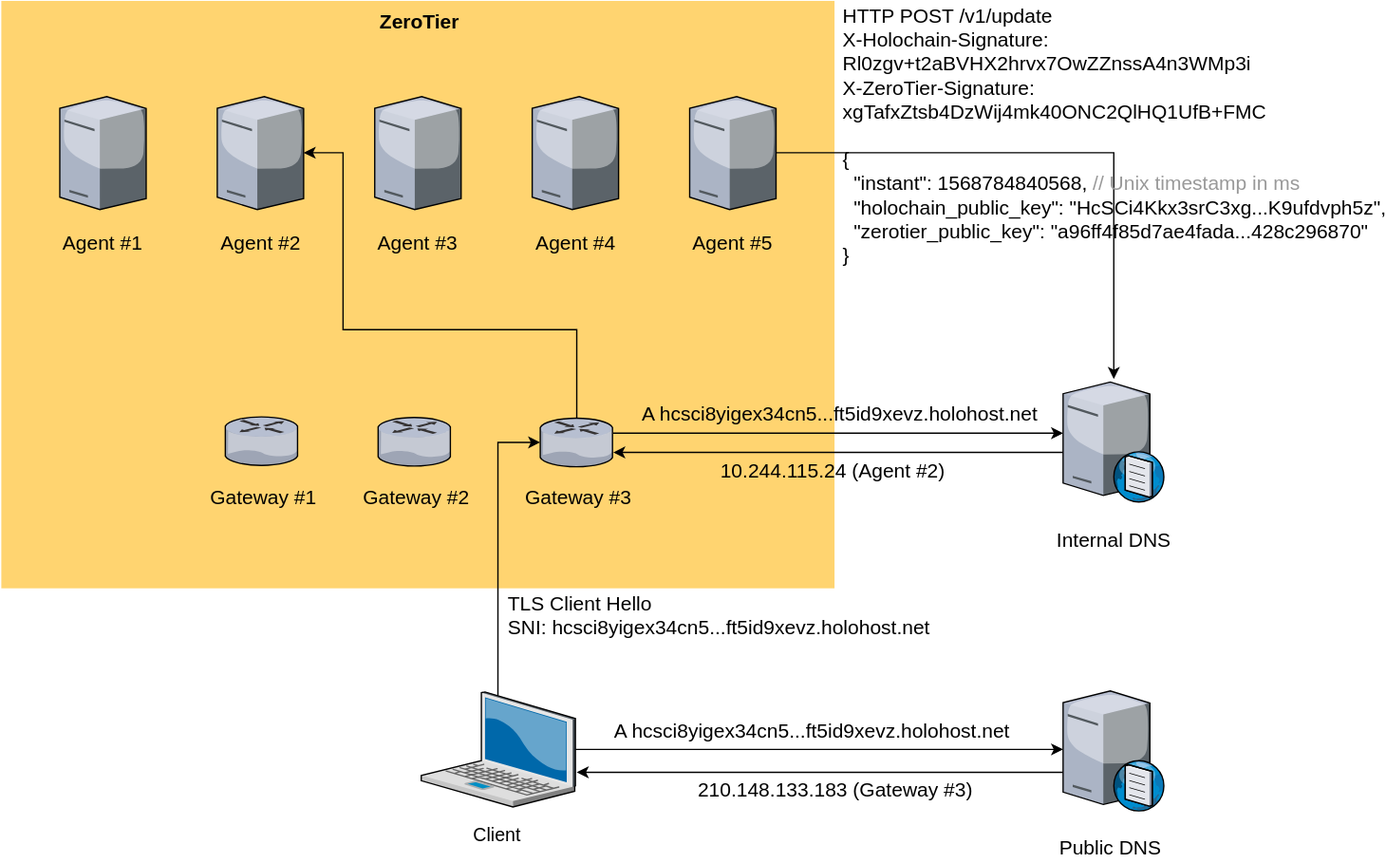
transumption-crypto/holo-router keeps this draw.io diagram as diagram.svg. Above is the earlier version. Source tidied: cells renumbered, new cells last; positions are measured from the earlier drawing's top-left corner, leaving out a move shared by most shapes. Source of this version:
```xml
<mxGraphModel>
  <root>
    <mxCell id="0" style="html=1;" />
    <mxCell id="1" style="html=1;" parent="0" />
    <mxCell id="2" value="&lt;font style=&quot;font-size: 15px&quot;&gt;&lt;b&gt;ZeroTier&lt;/b&gt;&lt;/font&gt;" style="whiteSpace=wrap;html=1;fillColor=#FFD470;gradientColor=none;fontSize=14;strokeColor=none;verticalAlign=top;" parent="1" vertex="1">
      <mxGeometry x="0.5" width="627" height="442" as="geometry" />
    </mxCell>
    <mxCell id="3" style="edgeStyle=orthogonalEdgeStyle;rounded=0;jettySize=auto;html=1;fontSize=15;" parent="1" edge="1" source="5" target="36">
      <mxGeometry relative="1" as="geometry" />
    </mxCell>
    <mxCell id="4" style="edgeStyle=orthogonalEdgeStyle;rounded=0;jettySize=auto;html=1;fontFamily=Lucida Console;fontSize=15;exitX=0.498;exitY=0.037;exitDx=0;exitDy=0;exitPerimeter=0;" parent="1" edge="1" source="5" target="23">
      <mxGeometry relative="1" as="geometry">
        <Array as="points">
          <mxPoint x="374" y="520" />
          <mxPoint x="374" y="332" />
        </Array>
      </mxGeometry>
    </mxCell>
    <mxCell id="5" style="verticalLabelPosition=bottom;html=1;verticalAlign=top;strokeColor=none;shape=mxgraph.citrix.laptop_2;fillColor=#66B2FF;gradientColor=#0066CC;fontSize=14;" parent="1" vertex="1">
      <mxGeometry x="316.5" y="520" width="116" height="86.5" as="geometry" />
    </mxCell>
    <mxCell id="6" style="verticalLabelPosition=bottom;html=1;verticalAlign=top;strokeColor=none;align=center;shape=mxgraph.citrix.tower_server;" parent="1" vertex="1">
      <mxGeometry x="44.5" y="72" width="65" height="85" as="geometry" />
    </mxCell>
    <mxCell id="7" style="verticalLabelPosition=bottom;html=1;verticalAlign=top;strokeColor=none;align=center;outlineConnect=0;shape=mxgraph.citrix.tower_server;" parent="1" vertex="1">
      <mxGeometry x="163" y="72" width="65" height="85" as="geometry" />
    </mxCell>
    <mxCell id="8" style="verticalLabelPosition=bottom;html=1;verticalAlign=top;strokeColor=none;align=center;shape=mxgraph.citrix.tower_server;" parent="1" vertex="1">
      <mxGeometry x="281.5" y="72" width="65" height="85" as="geometry" />
    </mxCell>
    <mxCell id="9" style="verticalLabelPosition=bottom;html=1;verticalAlign=top;strokeColor=none;align=center;shape=mxgraph.citrix.tower_server;" parent="1" vertex="1">
      <mxGeometry x="400" y="72" width="65" height="85" as="geometry" />
    </mxCell>
    <mxCell id="10" style="edgeStyle=orthogonalEdgeStyle;rounded=0;jettySize=auto;html=1;fontFamily=Lucida Console;fontSize=15;" parent="1" edge="1" source="11" target="34">
      <mxGeometry relative="1" as="geometry" />
    </mxCell>
    <mxCell id="11" style="verticalLabelPosition=bottom;html=1;verticalAlign=top;strokeColor=none;align=center;outlineConnect=0;shape=mxgraph.citrix.tower_server;" parent="1" vertex="1">
      <mxGeometry x="518.5" y="72" width="65" height="85" as="geometry" />
    </mxCell>
    <mxCell id="12" value="Agent #1" style="text;html=1;align=center;verticalAlign=middle;fillColor=none;strokeColor=none;rounded=0;fontSize=15;" parent="1" vertex="1">
      <mxGeometry x="37" y="172" width="80" height="20" as="geometry" />
    </mxCell>
    <mxCell id="13" value="Agent #2" style="text;html=1;align=center;verticalAlign=middle;fillColor=none;strokeColor=none;rounded=0;fontSize=15;" parent="1" vertex="1">
      <mxGeometry x="155.5" y="172" width="80" height="20" as="geometry" />
    </mxCell>
    <mxCell id="14" value="Agent #3" style="text;html=1;align=center;verticalAlign=middle;fillColor=none;strokeColor=none;rounded=0;fontSize=15;" parent="1" vertex="1">
      <mxGeometry x="274" y="172" width="80" height="20" as="geometry" />
    </mxCell>
    <mxCell id="15" value="Agent #4" style="text;html=1;align=center;verticalAlign=middle;fillColor=none;strokeColor=none;rounded=0;fontSize=15;" parent="1" vertex="1">
      <mxGeometry x="392.5" y="172" width="80" height="20" as="geometry" />
    </mxCell>
    <mxCell id="16" value="Agent #5" style="text;html=1;align=center;verticalAlign=middle;fillColor=none;strokeColor=none;rounded=0;fontSize=15;" parent="1" vertex="1">
      <mxGeometry x="511" y="172" width="80" height="20" as="geometry" />
    </mxCell>
    <mxCell id="17" style="verticalLabelPosition=bottom;html=1;verticalAlign=top;strokeColor=none;align=center;shape=mxgraph.citrix.router;fontSize=15;" parent="1" vertex="1">
      <mxGeometry x="169" y="313" width="55" height="36.5" as="geometry" />
    </mxCell>
    <mxCell id="18" value="Gateway #1" style="text;html=1;align=center;verticalAlign=middle;fillColor=none;strokeColor=none;rounded=0;fontSize=15;" parent="1" vertex="1">
      <mxGeometry x="151.5" y="363" width="90" height="20" as="geometry" />
    </mxCell>
    <mxCell id="19" style="verticalLabelPosition=bottom;html=1;verticalAlign=top;strokeColor=none;align=center;shape=mxgraph.citrix.router;fontSize=15;" parent="1" vertex="1">
      <mxGeometry x="284" y="313.5" width="55" height="36.5" as="geometry" />
    </mxCell>
    <mxCell id="20" value="Gateway #2" style="text;html=1;align=center;verticalAlign=middle;fillColor=none;strokeColor=none;rounded=0;fontSize=15;" parent="1" vertex="1">
      <mxGeometry x="266.5" y="363" width="90" height="20" as="geometry" />
    </mxCell>
    <mxCell id="21" style="edgeStyle=orthogonalEdgeStyle;rounded=0;jettySize=auto;html=1;fontFamily=Lucida Console;fontSize=15;" parent="1" edge="1" source="23" target="34">
      <mxGeometry relative="1" as="geometry">
        <Array as="points">
          <mxPoint x="633" y="325" />
          <mxPoint x="633" y="325" />
        </Array>
      </mxGeometry>
    </mxCell>
    <mxCell id="22" style="edgeStyle=orthogonalEdgeStyle;rounded=0;jettySize=auto;html=1;fontFamily=Lucida Console;fontSize=15;" parent="1" edge="1" source="23" target="7">
      <mxGeometry relative="1" as="geometry">
        <Array as="points">
          <mxPoint x="433.5" y="247" />
          <mxPoint x="257.5" y="247" />
          <mxPoint x="257.5" y="114" />
        </Array>
      </mxGeometry>
    </mxCell>
    <mxCell id="23" style="verticalLabelPosition=bottom;html=1;verticalAlign=top;strokeColor=none;align=center;outlineConnect=0;shape=mxgraph.citrix.router;fontSize=15;" parent="1" vertex="1">
      <mxGeometry x="406" y="314" width="55" height="36.5" as="geometry" />
    </mxCell>
    <mxCell id="24" value="Gateway #3" style="text;html=1;align=center;verticalAlign=middle;fillColor=none;strokeColor=none;rounded=0;fontSize=15;" parent="1" vertex="1">
      <mxGeometry x="388.5" y="363" width="90" height="20" as="geometry" />
    </mxCell>
    <mxCell id="25" value="&lt;span style=&quot;font-size: 14px&quot;&gt;Client&lt;/span&gt;" style="text;html=1;align=center;verticalAlign=middle;fillColor=none;strokeColor=none;rounded=0;fontSize=15;" parent="1" vertex="1">
      <mxGeometry x="349.5" y="617" width="50" height="20" as="geometry" />
    </mxCell>
    <mxCell id="26" style="edgeStyle=orthogonalEdgeStyle;rounded=0;jettySize=auto;html=1;fontSize=15;entryX=1.009;entryY=0.702;entryDx=0;entryDy=0;entryPerimeter=0;" parent="1" edge="1" source="36" target="5">
      <mxGeometry relative="1" as="geometry">
        <Array as="points">
          <mxPoint x="616" y="581" />
        </Array>
      </mxGeometry>
    </mxCell>
    <mxCell id="27" value="A hcsci8yigex34cn5...ft5id9xevz.holohost.net" style="text;html=1;align=center;verticalAlign=middle;fillColor=none;strokeColor=none;rounded=0;fontSize=15;" parent="1" vertex="1">
      <mxGeometry x="455" y="539" width="310" height="20" as="geometry" />
    </mxCell>
    <mxCell id="28" value="210.148.133.183 (Gateway #3)" style="text;html=1;align=center;verticalAlign=middle;fillColor=none;strokeColor=none;rounded=0;fontSize=15;" parent="1" vertex="1">
      <mxGeometry x="519.5" y="583" width="210" height="20" as="geometry" />
    </mxCell>
    <mxCell id="29" value="&lt;font face=&quot;Helvetica&quot;&gt;TLS Client Hello&lt;br&gt;SNI:&amp;nbsp;&lt;/font&gt;&lt;span style=&quot;font-family: &amp;#34;helvetica&amp;#34; ; text-align: center&quot;&gt;hcsci8yigex34cn5...ft5id9xevz.h&lt;/span&gt;&lt;font face=&quot;Helvetica&quot;&gt;olohost.net&lt;/font&gt;" style="text;html=1;align=left;verticalAlign=middle;fillColor=none;strokeColor=none;rounded=0;fontFamily=Lucida Console;fontSize=15;" parent="1" vertex="1">
      <mxGeometry x="380" y="442" width="330" height="40" as="geometry" />
    </mxCell>
    <mxCell id="30" value="A hcsci8yigex34cn5...ft5id9xevz.holohost.net" style="text;html=1;align=center;verticalAlign=middle;fillColor=none;strokeColor=none;rounded=0;fontSize=15;" parent="1" vertex="1">
      <mxGeometry x="475.5" y="300" width="310" height="20" as="geometry" />
    </mxCell>
    <mxCell id="31" style="edgeStyle=orthogonalEdgeStyle;rounded=0;jettySize=auto;html=1;fontFamily=Lucida Console;fontSize=15;" parent="1" edge="1" source="34" target="23">
      <mxGeometry relative="1" as="geometry">
        <Array as="points">
          <mxPoint x="758" y="340" />
          <mxPoint x="758" y="340" />
        </Array>
      </mxGeometry>
    </mxCell>
    <mxCell id="32" value="10.244.115.24 (Agent #2)" style="text;html=1;align=center;verticalAlign=middle;fillColor=none;strokeColor=none;rounded=0;fontSize=15;" parent="1" vertex="1">
      <mxGeometry x="534.5" y="343" width="180" height="20" as="geometry" />
    </mxCell>
    <mxCell id="33" value="&lt;font face=&quot;Helvetica&quot;&gt;HTTP POST /v1/update&lt;/font&gt;&lt;br&gt;&lt;font face=&quot;Helvetica&quot;&gt;X-Holochain-Signature:&lt;/font&gt;&lt;br&gt;&lt;font face=&quot;Helvetica&quot;&gt;Rl0zgv+t2aBVHX2hrvx7OwZZnssA4n3WMp3i&lt;/font&gt;&lt;br&gt;&lt;font face=&quot;Helvetica&quot;&gt;X-ZeroTier-Signature:&lt;/font&gt;&lt;br&gt;&lt;font face=&quot;Helvetica&quot;&gt;xgTafxZtsb4DzWij4mk40ONC2QlHQ1UfB+FMC&lt;/font&gt;&lt;br&gt;&lt;br&gt;&lt;font face=&quot;Helvetica&quot;&gt;{&lt;/font&gt;&lt;br&gt;&lt;font face=&quot;Helvetica&quot;&gt;&amp;nbsp; &quot;instant&quot;: 1568784840568, &lt;/font&gt;&lt;font color=&quot;#999999&quot; style=&quot;font-family: &amp;#34;helvetica&amp;#34;&quot;&gt;// Unix timestamp in ms&lt;/font&gt;&lt;br&gt;&lt;div&gt;&lt;font face=&quot;Helvetica&quot; style=&quot;font-family: &amp;#34;helvetica&amp;#34;&quot;&gt;&amp;nbsp; &quot;holochain_public_key&quot;: &quot;HcSCi4Kkx3srC3xg...K9ufdvph5z&quot;,&lt;/font&gt;&lt;/div&gt;&lt;font face=&quot;Helvetica&quot;&gt;&amp;nbsp; &quot;zerotier_public_key&quot;: &quot;a96ff4f85d7ae4fada...428c296870&quot;&lt;br&gt;}&lt;/font&gt;" style="text;html=1;align=left;verticalAlign=middle;fillColor=none;strokeColor=none;rounded=0;fontFamily=Lucida Console;fontSize=15;" parent="1" vertex="1">
      <mxGeometry x="631.5" width="410" height="200" as="geometry" />
    </mxCell>
    <mxCell id="34" style="verticalLabelPosition=bottom;html=1;verticalAlign=top;strokeColor=none;align=center;outlineConnect=0;shape=mxgraph.citrix.dns_server;" parent="1" vertex="1">
      <mxGeometry x="799.5" y="284.5" width="76.5" height="92.5" as="geometry" />
    </mxCell>
    <mxCell id="35" value="Internal DNS" style="text;html=1;align=center;verticalAlign=middle;fillColor=none;strokeColor=none;rounded=0;fontSize=15;" parent="1" vertex="1">
      <mxGeometry x="788" y="394.5" width="100" height="20" as="geometry" />
    </mxCell>
    <mxCell id="36" style="verticalLabelPosition=bottom;html=1;verticalAlign=top;strokeColor=none;align=center;outlineConnect=0;shape=mxgraph.citrix.dns_server;" parent="1" vertex="1">
      <mxGeometry x="799.5" y="517" width="76.5" height="92.5" as="geometry" />
    </mxCell>
    <mxCell id="37" value="Public DNS" style="text;html=1;align=center;verticalAlign=middle;fillColor=none;strokeColor=none;rounded=0;fontSize=15;" parent="1" vertex="1">
      <mxGeometry x="788" y="627" width="90" height="20" as="geometry" />
    </mxCell>
  </root>
</mxGraphModel>
```
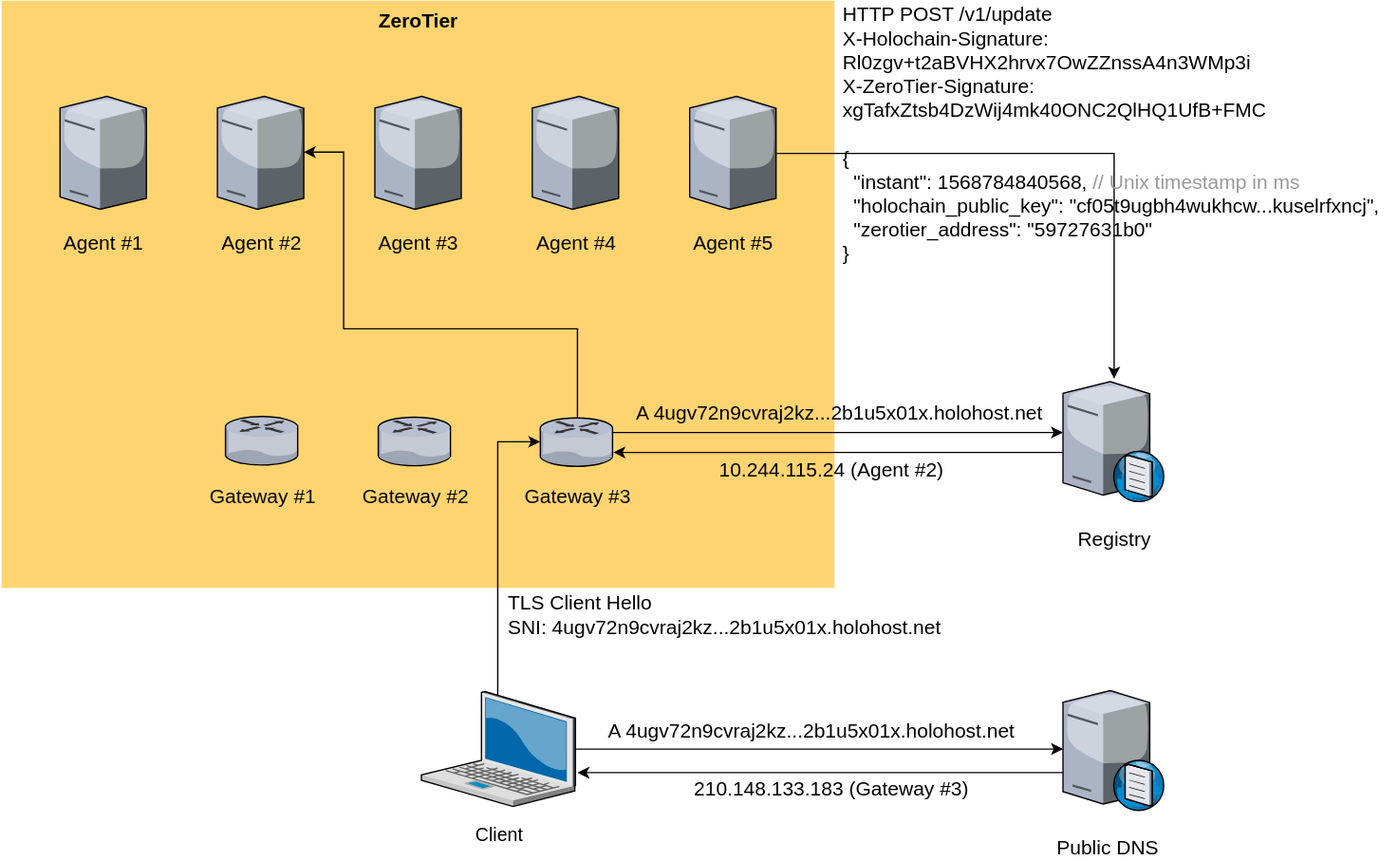
After the commit.

Diff of the diagram source:
```diff
@@ -97,17 +97,17 @@
         </Array>
       </mxGeometry>
     </mxCell>
-    <mxCell id="27" value="A hcsci8yigex34cn5...ft5id9xevz.holohost.net" style="text;html=1;align=center;verticalAlign=middle;fillColor=none;strokeColor=none;rounded=0;fontSize=15;" parent="1" vertex="1">
-      <mxGeometry x="455" y="539" width="310" height="20" as="geometry" />
+    <mxCell id="27" value="A 4ugv72n9cvraj2kz...2b1u5x01x.holohost.net" style="text;html=1;align=center;verticalAlign=middle;fillColor=none;strokeColor=none;rounded=0;fontSize=15;" parent="1" vertex="1">
+      <mxGeometry x="450" y="539" width="320" height="20" as="geometry" />
     </mxCell>
     <mxCell id="28" value="210.148.133.183 (Gateway #3)" style="text;html=1;align=center;verticalAlign=middle;fillColor=none;strokeColor=none;rounded=0;fontSize=15;" parent="1" vertex="1">
       <mxGeometry x="519.5" y="583" width="210" height="20" as="geometry" />
     </mxCell>
-    <mxCell id="29" value="&lt;font face=&quot;Helvetica&quot;&gt;TLS Client Hello&lt;br&gt;SNI:&amp;nbsp;&lt;/font&gt;&lt;span style=&quot;font-family: &amp;#34;helvetica&amp;#34; ; text-align: center&quot;&gt;hcsci8yigex34cn5...ft5id9xevz.h&lt;/span&gt;&lt;font face=&quot;Helvetica&quot;&gt;olohost.net&lt;/font&gt;" style="text;html=1;align=left;verticalAlign=middle;fillColor=none;strokeColor=none;rounded=0;fontFamily=Lucida Console;fontSize=15;" parent="1" vertex="1">
-      <mxGeometry x="380" y="442" width="330" height="40" as="geometry" />
+    <mxCell id="29" value="&lt;font face=&quot;Helvetica&quot;&gt;TLS Client Hello&lt;br&gt;&lt;/font&gt;&lt;span style=&quot;font-family: &amp;#34;helvetica&amp;#34; ; text-align: center&quot;&gt;SNI: 4ugv72n9cvraj2kz...2b1u5x01x.holohost.net&lt;/span&gt;&lt;font face=&quot;Helvetica&quot;&gt;&lt;br&gt;&lt;/font&gt;" style="text;html=1;align=left;verticalAlign=middle;fillColor=none;strokeColor=none;rounded=0;fontFamily=Lucida Console;fontSize=15;" parent="1" vertex="1">
+      <mxGeometry x="380" y="442" width="340" height="40" as="geometry" />
     </mxCell>
-    <mxCell id="30" value="A hcsci8yigex34cn5...ft5id9xevz.holohost.net" style="text;html=1;align=center;verticalAlign=middle;fillColor=none;strokeColor=none;rounded=0;fontSize=15;" parent="1" vertex="1">
-      <mxGeometry x="475.5" y="300" width="310" height="20" as="geometry" />
+    <mxCell id="30" value="A 4ugv72n9cvraj2kz...2b1u5x01x.holohost.net" style="text;html=1;align=center;verticalAlign=middle;fillColor=none;strokeColor=none;rounded=0;fontSize=15;" parent="1" vertex="1">
+      <mxGeometry x="470.5" y="300" width="320" height="20" as="geometry" />
     </mxCell>
     <mxCell id="31" style="edgeStyle=orthogonalEdgeStyle;rounded=0;jettySize=auto;html=1;fontFamily=Lucida Console;fontSize=15;" parent="1" edge="1" source="34" target="23">
       <mxGeometry relative="1" as="geometry">
@@ -120,14 +120,14 @@
     <mxCell id="32" value="10.244.115.24 (Agent #2)" style="text;html=1;align=center;verticalAlign=middle;fillColor=none;strokeColor=none;rounded=0;fontSize=15;" parent="1" vertex="1">
       <mxGeometry x="534.5" y="343" width="180" height="20" as="geometry" />
     </mxCell>
-    <mxCell id="33" value="&lt;font face=&quot;Helvetica&quot;&gt;HTTP POST /v1/update&lt;/font&gt;&lt;br&gt;&lt;font face=&quot;Helvetica&quot;&gt;X-Holochain-Signature:&lt;/font&gt;&lt;br&gt;&lt;font face=&quot;Helvetica&quot;&gt;Rl0zgv+t2aBVHX2hrvx7OwZZnssA4n3WMp3i&lt;/font&gt;&lt;br&gt;&lt;font face=&quot;Helvetica&quot;&gt;X-ZeroTier-Signature:&lt;/font&gt;&lt;br&gt;&lt;font face=&quot;Helvetica&quot;&gt;xgTafxZtsb4DzWij4mk40ONC2QlHQ1UfB+FMC&lt;/font&gt;&lt;br&gt;&lt;br&gt;&lt;font face=&quot;Helvetica&quot;&gt;{&lt;/font&gt;&lt;br&gt;&lt;font face=&quot;Helvetica&quot;&gt;&amp;nbsp; &quot;instant&quot;: 1568784840568, &lt;/font&gt;&lt;font color=&quot;#999999&quot; style=&quot;font-family: &amp;#34;helvetica&amp;#34;&quot;&gt;// Unix timestamp in ms&lt;/font&gt;&lt;br&gt;&lt;div&gt;&lt;font face=&quot;Helvetica&quot; style=&quot;font-family: &amp;#34;helvetica&amp;#34;&quot;&gt;&amp;nbsp; &quot;holochain_public_key&quot;: &quot;HcSCi4Kkx3srC3xg...K9ufdvph5z&quot;,&lt;/font&gt;&lt;/div&gt;&lt;font face=&quot;Helvetica&quot;&gt;&amp;nbsp; &quot;zerotier_public_key&quot;: &quot;a96ff4f85d7ae4fada...428c296870&quot;&lt;br&gt;}&lt;/font&gt;" style="text;html=1;align=left;verticalAlign=middle;fillColor=none;strokeColor=none;rounded=0;fontFamily=Lucida Console;fontSize=15;" parent="1" vertex="1">
-      <mxGeometry x="631.5" width="410" height="200" as="geometry" />
+    <mxCell id="33" value="&lt;font face=&quot;Helvetica&quot;&gt;HTTP POST /v1/update&lt;/font&gt;&lt;br&gt;&lt;font face=&quot;Helvetica&quot;&gt;X-Holochain-Signature:&lt;/font&gt;&lt;br&gt;&lt;font face=&quot;Helvetica&quot;&gt;Rl0zgv+t2aBVHX2hrvx7OwZZnssA4n3WMp3i&lt;/font&gt;&lt;br&gt;&lt;font face=&quot;Helvetica&quot;&gt;X-ZeroTier-Signature:&lt;/font&gt;&lt;br&gt;&lt;font face=&quot;Helvetica&quot;&gt;xgTafxZtsb4DzWij4mk40ONC2QlHQ1UfB+FMC&lt;/font&gt;&lt;br&gt;&lt;br&gt;&lt;font face=&quot;Helvetica&quot;&gt;{&lt;/font&gt;&lt;br&gt;&lt;font face=&quot;Helvetica&quot;&gt;&amp;nbsp; &quot;instant&quot;: 1568784840568, &lt;/font&gt;&lt;font color=&quot;#999999&quot; style=&quot;font-family: &amp;#34;helvetica&amp;#34;&quot;&gt;// Unix timestamp in ms&lt;/font&gt;&lt;br&gt;&lt;div&gt;&lt;font&gt;&lt;font face=&quot;helvetica&quot;&gt;&amp;nbsp; &quot;holochain_public_key&quot;: &quot;cf05t9ugbh4wukhcw...kuselrfxncj&quot;,&lt;/font&gt;&lt;/font&gt;&lt;/div&gt;&lt;font face=&quot;Helvetica&quot;&gt;&amp;nbsp; &quot;zerotier_address&quot;: &quot;59727631b0&quot;&lt;br&gt;}&lt;/font&gt;" style="text;html=1;align=left;verticalAlign=middle;fillColor=none;strokeColor=none;rounded=0;fontFamily=Lucida Console;fontSize=15;" parent="1" vertex="1">
+      <mxGeometry x="631.5" width="420" height="200" as="geometry" />
     </mxCell>
     <mxCell id="34" style="verticalLabelPosition=bottom;html=1;verticalAlign=top;strokeColor=none;align=center;outlineConnect=0;shape=mxgraph.citrix.dns_server;" parent="1" vertex="1">
       <mxGeometry x="799.5" y="284.5" width="76.5" height="92.5" as="geometry" />
     </mxCell>
-    <mxCell id="35" value="Internal DNS" style="text;html=1;align=center;verticalAlign=middle;fillColor=none;strokeColor=none;rounded=0;fontSize=15;" parent="1" vertex="1">
-      <mxGeometry x="788" y="394.5" width="100" height="20" as="geometry" />
+    <mxCell id="35" value="Registry" style="text;html=1;align=center;verticalAlign=middle;fillColor=none;strokeColor=none;rounded=0;fontSize=15;" parent="1" vertex="1">
+      <mxGeometry x="803" y="394.5" width="70" height="20" as="geometry" />
     </mxCell>
     <mxCell id="36" style="verticalLabelPosition=bottom;html=1;verticalAlign=top;strokeColor=none;align=center;outlineConnect=0;shape=mxgraph.citrix.dns_server;" parent="1" vertex="1">
       <mxGeometry x="799.5" y="517" width="76.5" height="92.5" as="geometry" />
```
